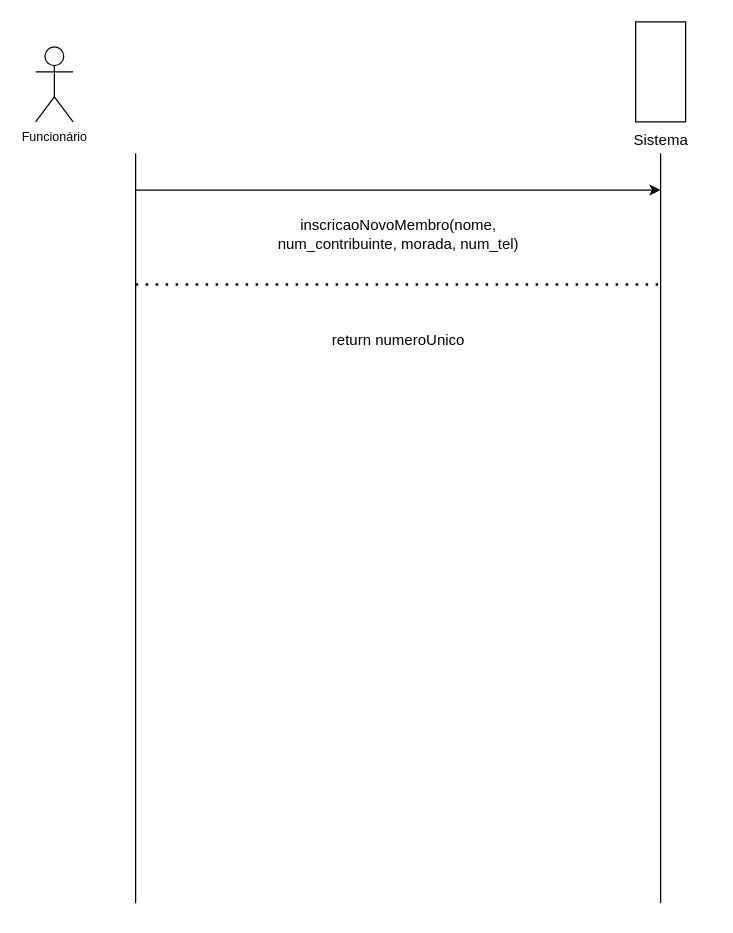
Earlier version of the draw.io diagram ssd1.drawio (luccamarshall/DCO). Source tidied: cells renumbered, new cells numbered last; positions are measured from the earlier drawing's top-left corner, leaving out a move shared by most shapes. Both pictures are drawn from the tidied source at 125%, with x=0, y=0 at pixel (35, 46).
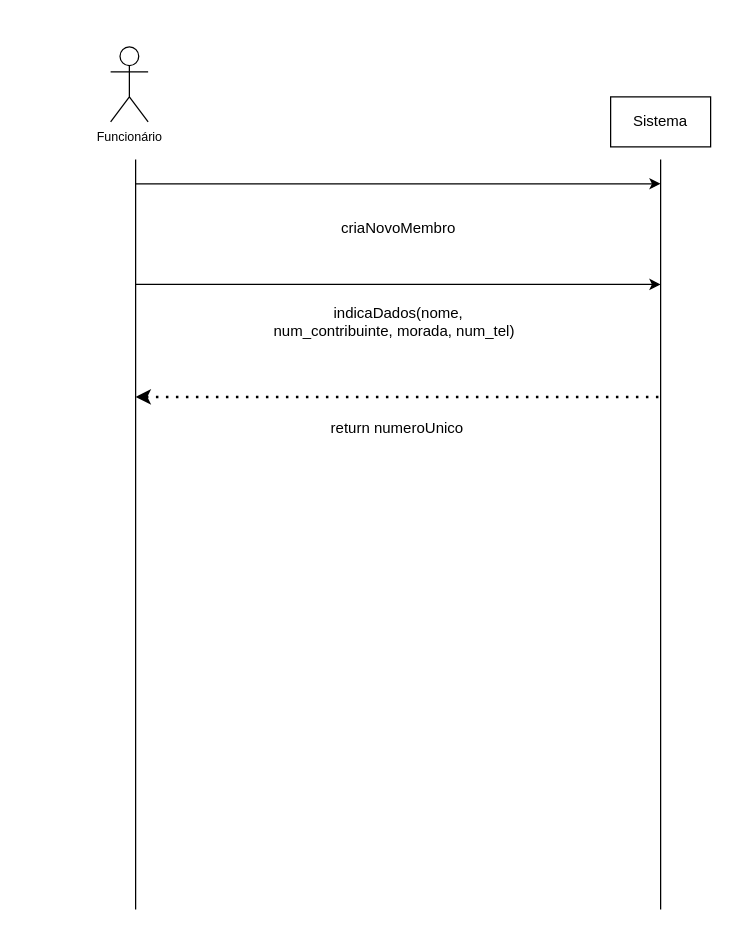
The same page after the edit.

Change to the diagram source:
```diff
@@
 <mxGraphModel>
   <root>
     <mxCell id="0" />
     <mxCell id="1" parent="0" />
     <mxCell id="2" value="&lt;sup&gt;Funcionário&lt;/sup&gt;" style="shape=umlActor;verticalLabelPosition=bottom;verticalAlign=top;html=1;" parent="1" vertex="1">
-      <mxGeometry width="30" height="60" as="geometry" />
+      <mxGeometry x="60" width="30" height="60" as="geometry" />
     </mxCell>
     <mxCell id="3" style="endArrow=none;html=1;rounded=0;" parent="1" edge="1">
       <mxGeometry relative="1" as="geometry">
-        <mxPoint x="80" y="685" as="sourcePoint" />
-        <mxPoint x="80" y="85" as="targetPoint" />
+        <mxPoint x="80" y="690" as="sourcePoint" />
+        <mxPoint x="80" y="90" as="targetPoint" />
       </mxGeometry>
     </mxCell>
+    <mxCell id="11" style="endArrow=classic;html=1;rounded=0;" parent="1" edge="1">
+      <mxGeometry relative="1" as="geometry">
+        <mxPoint x="80" y="190" as="sourcePoint" />
+        <mxPoint x="500" y="190" as="targetPoint" />
+      </mxGeometry>
+    </mxCell>
+    <mxCell id="12" value="indicaDados(nome,&lt;br/&gt;num_contribuinte, morada, num_tel)&amp;nbsp;&amp;nbsp;" style="text;html=1;align=center;verticalAlign=middle;strokeColor=none;fillColor=none;" parent="1" vertex="1">
+      <mxGeometry x="180" y="200" width="220" height="40" as="geometry" />
+    </mxCell>
     <mxCell id="4" style="endArrow=none;html=1;rounded=0;" parent="1" edge="1">
       <mxGeometry relative="1" as="geometry">
-        <mxPoint x="500" y="685" as="sourcePoint" />
-        <mxPoint x="500" y="85" as="targetPoint" />
+        <mxPoint x="500" y="690" as="sourcePoint" />
+        <mxPoint x="500" y="90" as="targetPoint" />
       </mxGeometry>
     </mxCell>
     <mxCell id="5" style="endArrow=classic;html=1;rounded=0;" parent="1" edge="1">
       <mxGeometry relative="1" as="geometry">
-        <mxPoint x="80" y="114.5" as="sourcePoint" />
-        <mxPoint x="500" y="114.5" as="targetPoint" />
+        <mxPoint x="80" y="109.5" as="sourcePoint" />
+        <mxPoint x="500" y="109.5" as="targetPoint" />
       </mxGeometry>
     </mxCell>
-    <mxCell id="6" value="inscricaoNovoMembro(nome,&lt;br&gt;num_contribuinte, morada, num_tel)" style="text;html=1;align=center;verticalAlign=middle;strokeColor=none;fillColor=none;" parent="1" vertex="1">
-      <mxGeometry x="180" y="130" width="220" height="40" as="geometry" />
+    <mxCell id="6" value="criaNovoMembro" style="text;html=1;align=center;verticalAlign=middle;strokeColor=none;fillColor=none;" parent="1" vertex="1">
+      <mxGeometry x="235" y="130" width="110" height="30" as="geometry" />
     </mxCell>
-    <mxCell id="7" style="endArrow=none;dashed=1;html=1;dashPattern=1 3;strokeWidth=2;rounded=0;" parent="1" edge="1">
+    <mxCell id="7" style="endArrow=none;dashed=1;html=1;dashPattern=1 3;strokeWidth=2;rounded=0;startArrow=classic;startFill=1;" parent="1" edge="1">
       <mxGeometry relative="1" as="geometry">
-        <mxPoint x="80" y="190" as="sourcePoint" />
-        <mxPoint x="500" y="190" as="targetPoint" />
+        <mxPoint x="80" y="280" as="sourcePoint" />
+        <mxPoint x="500" y="280" as="targetPoint" />
       </mxGeometry>
     </mxCell>
     <mxCell id="8" value="return numeroUnico" style="text;html=1;align=center;verticalAlign=middle;strokeColor=none;fillColor=none;" parent="1" vertex="1">
-      <mxGeometry x="225" y="220" width="130" height="30" as="geometry" />
+      <mxGeometry x="224" y="290" width="130" height="30" as="geometry" />
     </mxCell>
-    <mxCell id="9" style="rounded=0;whiteSpace=wrap;html=1;rotation=90;" parent="1" vertex="1">
-      <mxGeometry x="460" width="80" height="40" as="geometry" />
-    </mxCell>
-    <mxCell id="10" value="Sistema" style="text;html=1;align=center;verticalAlign=middle;strokeColor=none;fillColor=none;" parent="1" vertex="1">
-      <mxGeometry x="465" y="60" width="70" height="30" as="geometry" />
+    <mxCell id="10" value="Sistema" style="rounded=0;whiteSpace=wrap;html=1;" parent="1" vertex="1">
+      <mxGeometry x="460" y="40" width="80" height="40" as="geometry" />
     </mxCell>
   </root>
 </mxGraphModel>
```
